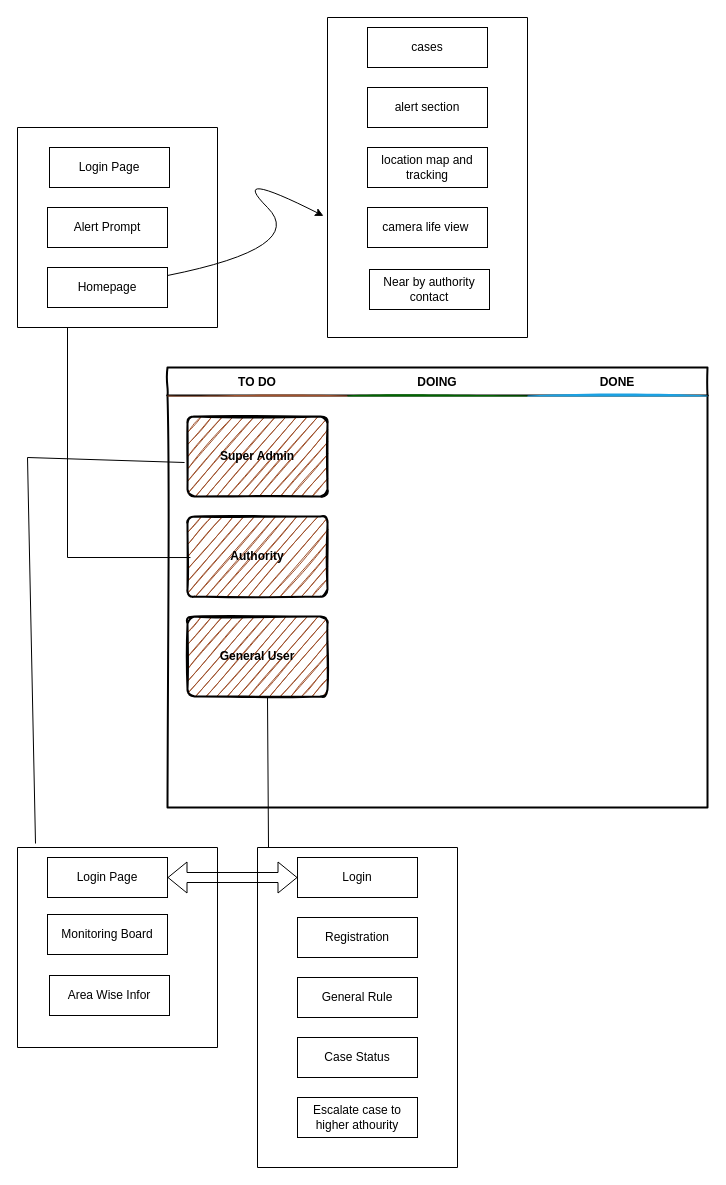
CtrlShiftWin/task keeps this draw.io diagram as Untitled Diagram.drawio. Above is the earlier version. Source tidied: cells renumbered, new cells numbered last; positions are measured from the earlier drawing's top-left corner, leaving out a move shared by most shapes. Both pictures are drawn from the tidied source at 100%, with x=0, y=0 at pixel (17, 17).
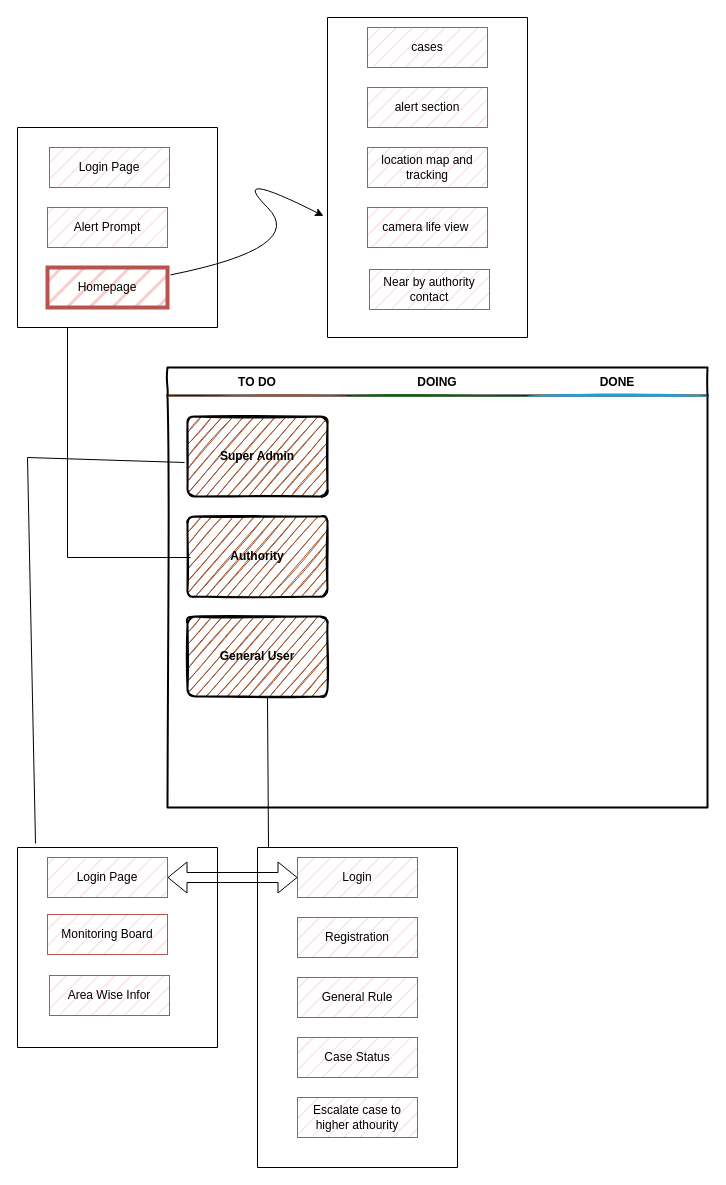
Above is the later version.

Commit message:
updated color coding

The change refers to these unchanged cells:
```xml
<mxCell id="9" style="swimlane;startSize=0;" parent="1" vertex="1">
  <mxGeometry y="830" width="200" height="200" as="geometry" />
</mxCell>
<mxCell id="11" style="swimlane;startSize=0;" parent="1" vertex="1">
  <mxGeometry y="110" width="200" height="200" as="geometry" />
</mxCell>
<mxCell id="15" style="swimlane;startSize=0;" parent="1" vertex="1">
  <mxGeometry x="240" y="830" width="200" height="320" as="geometry" />
</mxCell>
<mxCell id="26" style="swimlane;startSize=0;" parent="1" vertex="1">
  <mxGeometry x="310" width="200" height="320" as="geometry" />
</mxCell>
```

The edit, as a diff of the source:
```diff
@@
-    <mxCell id="10" value="Login Page" style="rounded=0;whiteSpace=wrap;html=1;" parent="9" vertex="1">
+    <mxCell id="10" value="Login Page" style="rounded=0;whiteSpace=wrap;html=1;fillColor=#f8cecc;strokeColor=#b85450;fillStyle=hatch;" parent="9" vertex="1">
       <mxGeometry x="30" y="10" width="120" height="40" as="geometry" />
     </mxCell>
@@
-    <mxCell id="12" value="Login Page" style="rounded=0;whiteSpace=wrap;html=1;" parent="11" vertex="1">
+    <mxCell id="12" value="Login Page" style="rounded=0;whiteSpace=wrap;html=1;fillColor=#f8cecc;strokeColor=#b85450;fillStyle=hatch;" parent="11" vertex="1">
       <mxGeometry x="32" y="20" width="120" height="40" as="geometry" />
     </mxCell>
-    <mxCell id="13" value="Alert Prompt" style="rounded=0;whiteSpace=wrap;html=1;" parent="11" vertex="1">
+    <mxCell id="13" value="Alert Prompt" style="rounded=0;whiteSpace=wrap;html=1;fillColor=#f8cecc;strokeColor=#b85450;fillStyle=hatch;" parent="11" vertex="1">
       <mxGeometry x="30" y="80" width="120" height="40" as="geometry" />
     </mxCell>
-    <mxCell id="14" value="Homepage" style="rounded=0;whiteSpace=wrap;html=1;" parent="11" vertex="1">
+    <mxCell id="14" value="Homepage" style="rounded=0;whiteSpace=wrap;html=1;fillColor=#f8cecc;strokeColor=#b85450;fillStyle=hatch;perimeterSpacing=3;strokeWidth=4;" parent="11" vertex="1">
       <mxGeometry x="30" y="140" width="120" height="40" as="geometry" />
     </mxCell>
@@
-    <mxCell id="16" value="Login" style="rounded=0;whiteSpace=wrap;html=1;" parent="15" vertex="1">
+    <mxCell id="16" value="Login" style="rounded=0;whiteSpace=wrap;html=1;fillColor=#f8cecc;strokeColor=#b85450;fillStyle=hatch;" parent="15" vertex="1">
       <mxGeometry x="40" y="10" width="120" height="40" as="geometry" />
     </mxCell>
-    <mxCell id="17" value="Registration" style="rounded=0;whiteSpace=wrap;html=1;" parent="15" vertex="1">
+    <mxCell id="17" value="Registration" style="rounded=0;whiteSpace=wrap;html=1;fillColor=#f8cecc;strokeColor=#b85450;fillStyle=hatch;" parent="15" vertex="1">
       <mxGeometry x="40" y="70" width="120" height="40" as="geometry" />
     </mxCell>
-    <mxCell id="18" value="General Rule" style="rounded=0;whiteSpace=wrap;html=1;" parent="15" vertex="1">
+    <mxCell id="18" value="General Rule" style="rounded=0;whiteSpace=wrap;html=1;fillColor=#f8cecc;strokeColor=#b85450;fillStyle=hatch;" parent="15" vertex="1">
       <mxGeometry x="40" y="130" width="120" height="40" as="geometry" />
     </mxCell>
-    <mxCell id="19" value="Case Status" style="rounded=0;whiteSpace=wrap;html=1;" parent="15" vertex="1">
+    <mxCell id="19" value="Case Status" style="rounded=0;whiteSpace=wrap;html=1;fillColor=#f8cecc;strokeColor=#b85450;fillStyle=hatch;" parent="15" vertex="1">
       <mxGeometry x="40" y="190" width="120" height="40" as="geometry" />
     </mxCell>
-    <mxCell id="20" value="Escalate case to higher athourity" style="rounded=0;whiteSpace=wrap;html=1;" parent="15" vertex="1">
+    <mxCell id="20" value="Escalate case to higher athourity" style="rounded=0;whiteSpace=wrap;html=1;fillColor=#f8cecc;strokeColor=#b85450;fillStyle=hatch;" parent="15" vertex="1">
       <mxGeometry x="40" y="250" width="120" height="40" as="geometry" />
     </mxCell>
@@
-    <mxCell id="24" value="Monitoring Board" style="rounded=0;whiteSpace=wrap;html=1;" parent="1" vertex="1">
+    <mxCell id="24" value="Monitoring Board" style="rounded=0;whiteSpace=wrap;html=1;fillColor=#f8cecc;strokeColor=#b85450;fillStyle=hatch;" parent="1" vertex="1">
       <mxGeometry x="30" y="897" width="120" height="40" as="geometry" />
     </mxCell>
-    <mxCell id="25" value="Area Wise Infor" style="rounded=0;whiteSpace=wrap;html=1;" parent="1" vertex="1">
+    <mxCell id="25" value="Area Wise Infor" style="rounded=0;whiteSpace=wrap;html=1;fillColor=#f8cecc;strokeColor=#b85450;fillStyle=hatch;" parent="1" vertex="1">
       <mxGeometry x="32" y="958" width="120" height="40" as="geometry" />
     </mxCell>
@@
-    <mxCell id="27" value="cases" style="rounded=0;whiteSpace=wrap;html=1;" parent="26" vertex="1">
+    <mxCell id="27" value="cases" style="rounded=0;whiteSpace=wrap;html=1;fillColor=#f8cecc;strokeColor=#b85450;fillStyle=hatch;" parent="26" vertex="1">
       <mxGeometry x="40" y="10" width="120" height="40" as="geometry" />
     </mxCell>
-    <mxCell id="28" value="alert section" style="rounded=0;whiteSpace=wrap;html=1;" parent="26" vertex="1">
+    <mxCell id="28" value="alert section" style="rounded=0;whiteSpace=wrap;html=1;fillStyle=hatch;fillColor=#f8cecc;strokeColor=#b85450;" parent="26" vertex="1">
       <mxGeometry x="40" y="70" width="120" height="40" as="geometry" />
     </mxCell>
-    <mxCell id="29" value="location map and tracking" style="rounded=0;whiteSpace=wrap;html=1;" parent="26" vertex="1">
+    <mxCell id="29" value="location map and tracking" style="rounded=0;whiteSpace=wrap;html=1;fillStyle=hatch;fillColor=#f8cecc;strokeColor=#b85450;" parent="26" vertex="1">
       <mxGeometry x="40" y="130" width="120" height="40" as="geometry" />
     </mxCell>
-    <mxCell id="30" value="camera life view&amp;nbsp;" style="rounded=0;whiteSpace=wrap;html=1;" parent="26" vertex="1">
+    <mxCell id="30" value="camera life view&amp;nbsp;" style="rounded=0;whiteSpace=wrap;html=1;fillStyle=hatch;fillColor=#f8cecc;strokeColor=#b85450;" parent="26" vertex="1">
       <mxGeometry x="40" y="190" width="120" height="40" as="geometry" />
     </mxCell>
@@
-    <mxCell id="33" value="Near by authority contact" style="rounded=0;whiteSpace=wrap;html=1;" parent="1" vertex="1">
+    <mxCell id="33" value="Near by authority contact" style="rounded=0;whiteSpace=wrap;html=1;fillStyle=hatch;fillColor=#f8cecc;strokeColor=#b85450;" parent="1" vertex="1">
       <mxGeometry x="352" y="252" width="120" height="40" as="geometry" />
     </mxCell>
```
